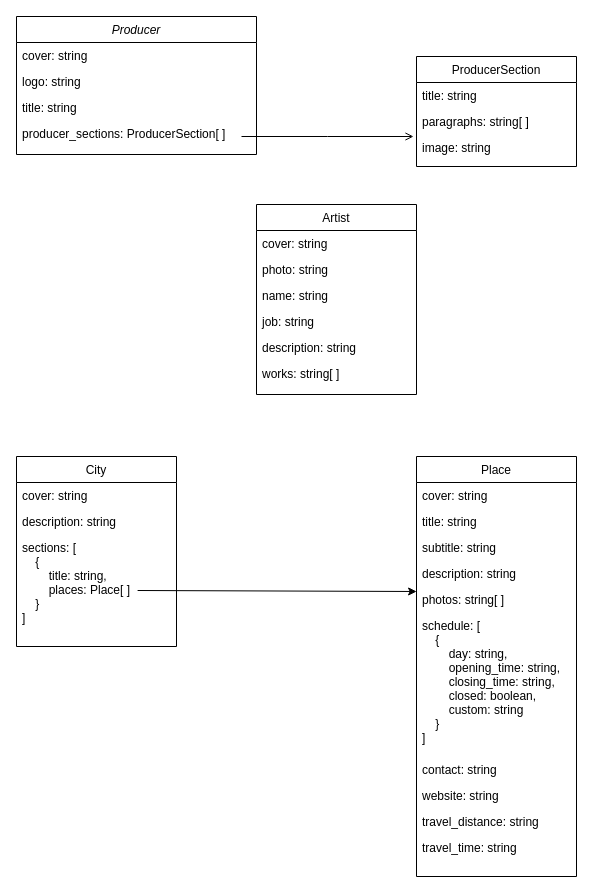
Above: Dashboard Maison Rouge.drawio in arso1er/dashboard-draw-maison-rouge (draw.io), before the change. Source tidied: cells renumbered, new cells numbered last; positions are measured from the earlier drawing's top-left corner, leaving out a move shared by most shapes. Both pictures are drawn from the tidied source at 100%, with x=0, y=0 at pixel (16, 16).
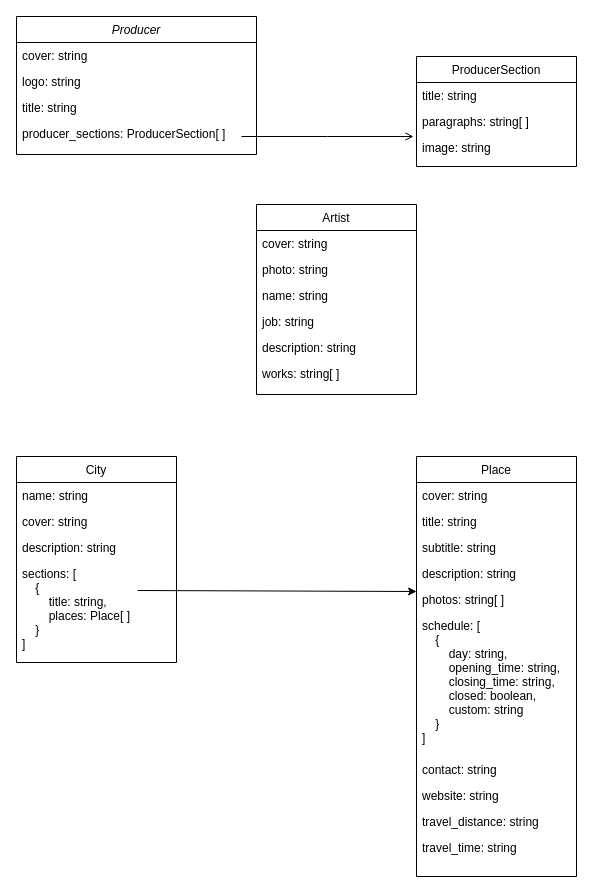
After the change.

Commit message:
Ajout du champ 'name' à la table 'City' dans le Dashboard de Maison Rouge.drawio

The edit, as a diff of the source:
```diff
@@
     <mxCell id="19" value="City" style="swimlane;fontStyle=0;align=center;verticalAlign=top;horizontal=1;startSize=26;rounded=0;shadow=0;strokeWidth=1;" parent="1" vertex="1">
-      <mxGeometry y="440" width="160" height="190" as="geometry" />
+      <mxGeometry y="440" width="160" height="206" as="geometry" />
     </mxCell>
-    <mxCell id="20" value="cover: string" style="text;align=left;verticalAlign=top;spacingLeft=4;spacingRight=4;overflow=hidden;" parent="19" vertex="1">
+    <mxCell id="20" value="name: string" style="text;align=left;verticalAlign=top;spacingLeft=4;spacingRight=4;overflow=hidden;" parent="19" vertex="1">
       <mxGeometry y="26" width="160" height="26" as="geometry" />
     </mxCell>
+    <mxCell id="35" value="cover: string" style="text;align=left;verticalAlign=top;spacingLeft=4;spacingRight=4;overflow=hidden;" parent="19" vertex="1">
+      <mxGeometry y="52" width="160" height="26" as="geometry" />
+    </mxCell>
     <mxCell id="21" value="description: string" style="text;align=left;verticalAlign=top;spacingLeft=4;spacingRight=4;overflow=hidden;rounded=0;shadow=0;html=0;" parent="19" vertex="1">
-      <mxGeometry y="52" width="160" height="26" as="geometry" />
+      <mxGeometry y="78" width="160" height="26" as="geometry" />
     </mxCell>
     <mxCell id="22" value="sections: [&#10;    {&#10;        title: string,&#10;        places: Place[ ]&#10;    }&#10;]" style="text;align=left;verticalAlign=top;spacingLeft=4;spacingRight=4;overflow=hidden;" parent="19" vertex="1">
-      <mxGeometry y="78" width="160" height="102" as="geometry" />
+      <mxGeometry y="104" width="160" height="102" as="geometry" />
     </mxCell>
```
